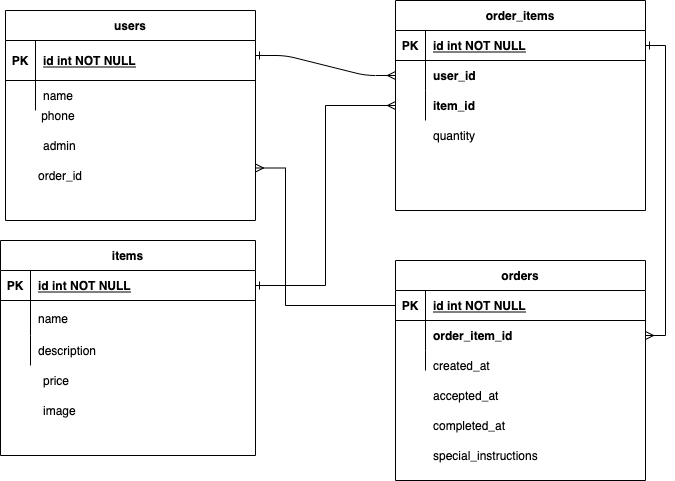
Earlier version of the draw.io export project/ERD_V.png (nikaffa/FeedMe). Source tidied: cells renumbered, new cells last; positions are measured from the earlier drawing's top-left corner, leaving out a move shared by most shapes.
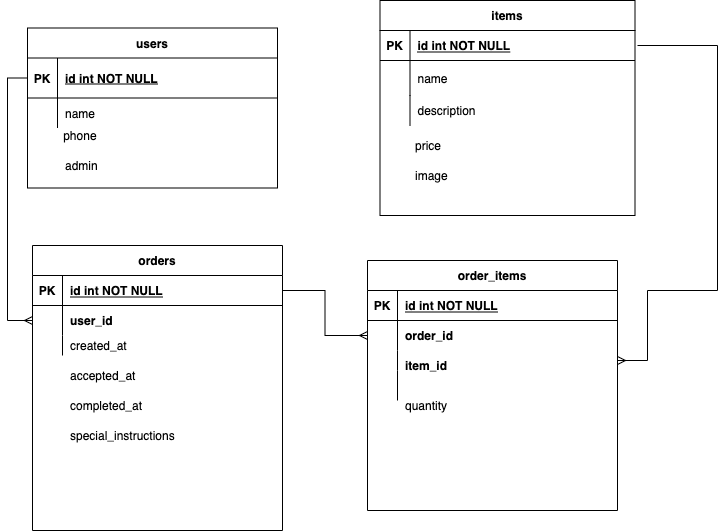
The same diagram one commit later.

Diff of the diagram source:
```diff
@@ -2,13 +2,8 @@
   <root>
     <mxCell id="0" />
     <mxCell id="1" parent="0" />
-    <mxCell id="2" style="edgeStyle=entityRelationEdgeStyle;endArrow=ERmany;startArrow=ERone;endFill=0;startFill=0;entryX=0;entryY=0.5;entryDx=0;entryDy=0;" parent="1" edge="1" target="37">
-      <mxGeometry relative="1" as="geometry">
-        <mxPoint x="255" y="55" as="sourcePoint" />
-      </mxGeometry>
-    </mxCell>
     <mxCell id="3" value="items" style="shape=table;startSize=30;rowLines=0;fontStyle=1;align=center;" parent="1" vertex="1">
-      <mxGeometry y="240" width="255" height="215" as="geometry" />
+      <mxGeometry x="357.5" y="-20" width="255" height="215" as="geometry" />
     </mxCell>
     <mxCell id="4" style="shape=partialRectangle;fillColor=none;points=[[0,0.5],[1,0.5]];portConstraint=eastwest;top=0;left=0;right=0;bottom=1;" parent="3" vertex="1">
       <mxGeometry y="30" width="255" height="30" as="geometry" />
@@ -41,7 +36,7 @@
       <mxGeometry relative="1" as="geometry" />
     </mxCell>
     <mxCell id="14" value="users" style="shape=table;startSize=30;rowLines=0;fontStyle=1;align=center;" parent="1" vertex="1">
-      <mxGeometry x="5" y="10" width="250" height="210" as="geometry" />
+      <mxGeometry x="5" y="7.5" width="250" height="160" as="geometry" />
     </mxCell>
     <mxCell id="15" style="shape=partialRectangle;fillColor=none;points=[[0,0.5],[1,0.5]];portConstraint=eastwest;top=0;left=0;right=0;bottom=1;" parent="14" vertex="1">
       <mxGeometry y="30" width="250" height="40" as="geometry" />
@@ -71,16 +66,16 @@
       <mxGeometry x="13.2" width="193.6" height="30" as="geometry" />
     </mxCell>
     <mxCell id="24" value="image" style="shape=partialRectangle;overflow=hidden;fillColor=none;top=0;left=0;bottom=0;right=0;align=left;spacingLeft=6;" parent="1" vertex="1">
-      <mxGeometry x="35" y="395" width="220" height="30" as="geometry" />
+      <mxGeometry x="385" y="140" width="220" height="30" as="geometry" />
     </mxCell>
     <mxCell id="25" value="special_instructions" style="shape=partialRectangle;overflow=hidden;fillColor=none;top=0;left=0;bottom=0;right=0;align=left;spacingLeft=6;" parent="1" vertex="1">
-      <mxGeometry x="425" y="440" width="220" height="30" as="geometry" />
+      <mxGeometry x="40" y="400" width="220" height="30" as="geometry" />
     </mxCell>
     <mxCell id="26" value="created_at" style="shape=partialRectangle;overflow=hidden;fillColor=none;top=0;left=0;bottom=0;right=0;align=left;spacingLeft=6;" parent="1" vertex="1">
-      <mxGeometry x="425" y="350" width="220" height="30" as="geometry" />
+      <mxGeometry x="40" y="310" width="220" height="30" as="geometry" />
     </mxCell>
     <mxCell id="27" value="completed_at" style="shape=partialRectangle;overflow=hidden;fillColor=none;top=0;left=0;bottom=0;right=0;align=left;spacingLeft=6;" parent="1" vertex="1">
-      <mxGeometry x="425" y="410" width="220" height="30" as="geometry" />
+      <mxGeometry x="40" y="370" width="220" height="30" as="geometry" />
     </mxCell>
     <mxCell id="28" style="shape=partialRectangle;fillColor=none;top=0;left=0;right=0;bottom=0;" parent="1" vertex="1">
       <mxGeometry x="25" y="130" width="220" height="30" as="geometry" />
@@ -89,55 +84,16 @@
       <mxGeometry width="26.4" height="30" as="geometry" />
     </mxCell>
     <mxCell id="30" value="accepted_at" style="shape=partialRectangle;overflow=hidden;fillColor=none;top=0;left=0;bottom=0;right=0;align=left;spacingLeft=6;" parent="1" vertex="1">
-      <mxGeometry x="425" y="380" width="220" height="30" as="geometry" />
+      <mxGeometry x="40" y="340" width="220" height="30" as="geometry" />
     </mxCell>
     <mxCell id="31" value="price" style="shape=partialRectangle;overflow=hidden;fillColor=none;top=0;left=0;bottom=0;right=0;align=left;spacingLeft=6;" parent="1" vertex="1">
-      <mxGeometry x="35" y="365" width="210" height="30" as="geometry" />
+      <mxGeometry x="385" y="110" width="210" height="30" as="geometry" />
     </mxCell>
     <mxCell id="32" value="admin" style="shape=partialRectangle;overflow=hidden;fillColor=none;top=0;left=0;bottom=0;right=0;align=left;spacingLeft=6;" parent="1" vertex="1">
       <mxGeometry x="35" y="130" width="220" height="30" as="geometry" />
     </mxCell>
-    <mxCell id="33" value="order_items" style="shape=table;startSize=30;rowLines=0;fontStyle=1;align=center;" parent="1" vertex="1">
-      <mxGeometry x="395" width="250" height="210" as="geometry" />
-    </mxCell>
-    <mxCell id="34" style="shape=partialRectangle;fillColor=none;points=[[0,0.5],[1,0.5]];portConstraint=eastwest;top=0;left=0;right=0;bottom=1;" parent="33" vertex="1">
-      <mxGeometry y="30" width="250" height="30" as="geometry" />
-    </mxCell>
-    <mxCell id="35" value="PK" style="shape=partialRectangle;overflow=hidden;fillColor=none;top=0;left=0;bottom=0;right=0;fontStyle=1;" parent="34" vertex="1">
-      <mxGeometry width="30" height="30" as="geometry" />
-    </mxCell>
-    <mxCell id="36" value="id int NOT NULL " style="shape=partialRectangle;overflow=hidden;fillColor=none;top=0;left=0;bottom=0;right=0;align=left;spacingLeft=6;fontStyle=5;" parent="34" vertex="1">
-      <mxGeometry x="30" width="220" height="30" as="geometry" />
-    </mxCell>
-    <mxCell id="37" style="shape=partialRectangle;fillColor=none;points=[[0,0.5],[1,0.5]];portConstraint=eastwest;top=0;left=0;right=0;bottom=0;" parent="33" vertex="1">
-      <mxGeometry y="60" width="250" height="30" as="geometry" />
-    </mxCell>
-    <mxCell id="38" style="shape=partialRectangle;overflow=hidden;fillColor=none;top=0;left=0;bottom=0;right=0;" parent="37" vertex="1">
-      <mxGeometry width="30" height="30" as="geometry" />
-    </mxCell>
-    <mxCell id="39" value="user_id" style="shape=partialRectangle;overflow=hidden;fillColor=none;top=0;left=0;bottom=0;right=0;align=left;spacingLeft=6;fontStyle=1;" parent="37" vertex="1">
-      <mxGeometry x="30" width="220" height="30" as="geometry" />
-    </mxCell>
-    <mxCell id="40" style="shape=partialRectangle;fillColor=none;points=[[0,0.5],[1,0.5]];portConstraint=eastwest;top=0;left=0;right=0;bottom=0;" parent="33" vertex="1">
-      <mxGeometry y="90" width="250" height="30" as="geometry" />
-    </mxCell>
-    <mxCell id="41" style="shape=partialRectangle;overflow=hidden;fillColor=none;top=0;left=0;bottom=0;right=0;" parent="40" vertex="1">
-      <mxGeometry width="30" height="30" as="geometry" />
-    </mxCell>
-    <mxCell id="42" value="item_id" style="shape=partialRectangle;overflow=hidden;fillColor=none;top=0;left=0;bottom=0;right=0;align=left;spacingLeft=6;fontStyle=1;" parent="40" vertex="1">
-      <mxGeometry x="30" width="220" height="30" as="geometry" />
-    </mxCell>
-    <mxCell id="43" style="edgeStyle=orthogonalEdgeStyle;rounded=0;orthogonalLoop=1;jettySize=auto;html=1;exitX=1;exitY=0.5;exitDx=0;exitDy=0;" parent="33" edge="1" source="34" target="34">
-      <mxGeometry relative="1" as="geometry" />
-    </mxCell>
-    <mxCell id="44" value="quantity" style="shape=partialRectangle;overflow=hidden;fillColor=none;top=0;left=0;bottom=0;right=0;align=left;spacingLeft=6;" parent="1" vertex="1">
-      <mxGeometry x="425" y="120" width="220" height="30" as="geometry" />
-    </mxCell>
-    <mxCell id="45" style="edgeStyle=orthogonalEdgeStyle;rounded=0;jettySize=auto;html=1;exitX=1;exitY=0.5;exitDx=0;exitDy=0;entryX=0;entryY=0.5;entryDx=0;entryDy=0;endArrow=ERmany;endFill=0;startArrow=ERone;startFill=0;" parent="1" edge="1" source="4" target="40">
-      <mxGeometry relative="1" as="geometry" />
-    </mxCell>
-    <mxCell id="46" value="orders" style="shape=table;startSize=30;rowLines=0;fontStyle=1;align=center;" parent="1" vertex="1">
-      <mxGeometry x="395" y="260" width="250" height="220" as="geometry" />
+    <mxCell id="46" value="order_items" style="shape=table;startSize=30;rowLines=0;fontStyle=1;align=center;" parent="1" vertex="1">
+      <mxGeometry x="345" y="240" width="250" height="250" as="geometry" />
     </mxCell>
     <mxCell id="47" style="shape=partialRectangle;fillColor=none;points=[[0,0.5],[1,0.5]];portConstraint=eastwest;top=0;left=0;right=0;bottom=1;" parent="46" vertex="1">
       <mxGeometry y="30" width="250" height="30" as="geometry" />
@@ -154,7 +110,7 @@
     <mxCell id="51" style="shape=partialRectangle;overflow=hidden;fillColor=none;top=0;left=0;bottom=0;right=0;" parent="50" vertex="1">
       <mxGeometry width="30" height="30" as="geometry" />
     </mxCell>
-    <mxCell id="52" value="order_item_id" style="shape=partialRectangle;overflow=hidden;fillColor=none;top=0;left=0;bottom=0;right=0;align=left;spacingLeft=6;fontStyle=1;" parent="50" vertex="1">
+    <mxCell id="52" value="order_id" style="shape=partialRectangle;overflow=hidden;fillColor=none;top=0;left=0;bottom=0;right=0;align=left;spacingLeft=6;fontStyle=1;" parent="50" vertex="1">
       <mxGeometry x="30" width="220" height="30" as="geometry" />
     </mxCell>
     <mxCell id="53" style="shape=partialRectangle;fillColor=none;top=0;left=0;right=0;bottom=0;" parent="46" vertex="1">
@@ -169,24 +125,71 @@
     <mxCell id="56" style="edgeStyle=orthogonalEdgeStyle;rounded=0;orthogonalLoop=1;jettySize=auto;html=1;exitX=1;exitY=0.5;exitDx=0;exitDy=0;" parent="46" edge="1" source="47" target="47">
       <mxGeometry relative="1" as="geometry" />
     </mxCell>
-    <mxCell id="57" style="edgeStyle=orthogonalEdgeStyle;rounded=0;jettySize=auto;html=1;startArrow=ERmany;startFill=0;endArrow=ERone;endFill=0;entryX=1;entryY=0.5;entryDx=0;entryDy=0;" parent="1" edge="1" source="50" target="34">
-      <mxGeometry relative="1" as="geometry">
-        <Array as="points">
-          <mxPoint x="665" y="335" />
-          <mxPoint x="665" y="45" />
-        </Array>
-      </mxGeometry>
-    </mxCell>
-    <mxCell id="58" value="order_id" style="shape=partialRectangle;overflow=hidden;fillColor=none;top=0;left=0;bottom=0;right=0;align=left;spacingLeft=6;" parent="1" vertex="1">
-      <mxGeometry x="30" y="160" width="220" height="30" as="geometry" />
-    </mxCell>
-    <mxCell id="59" style="edgeStyle=orthogonalEdgeStyle;rounded=0;jettySize=auto;html=1;exitX=0;exitY=0.5;exitDx=0;exitDy=0;entryX=1;entryY=0.75;entryDx=0;entryDy=0;startArrow=none;startFill=0;endArrow=ERmany;endFill=0;" parent="1" edge="1" source="47" target="14">
-      <mxGeometry relative="1" as="geometry">
-        <Array as="points">
-          <mxPoint x="285" y="305" />
-          <mxPoint x="285" y="168" />
-        </Array>
-      </mxGeometry>
-    </mxCell>
+    <mxCell id="37" style="shape=partialRectangle;fillColor=none;points=[[0,0.5],[1,0.5]];portConstraint=eastwest;top=0;left=0;right=0;bottom=0;" parent="46" vertex="1">
+      <mxGeometry y="110" width="250" height="30" as="geometry" />
+    </mxCell>
+    <mxCell id="38" style="shape=partialRectangle;overflow=hidden;fillColor=none;top=0;left=0;bottom=0;right=0;" parent="37" vertex="1">
+      <mxGeometry width="30" height="30" as="geometry" />
+    </mxCell>
+    <mxCell id="39" style="shape=partialRectangle;overflow=hidden;fillColor=none;top=0;left=0;bottom=0;right=0;align=left;spacingLeft=6;fontStyle=1;" parent="37" vertex="1">
+      <mxGeometry x="30" width="220" height="30" as="geometry" />
+    </mxCell>
+    <mxCell id="60" value="orders" style="shape=table;startSize=30;rowLines=0;fontStyle=1;align=center;" parent="1" vertex="1">
+      <mxGeometry x="10" y="225" width="250" height="285" as="geometry" />
+    </mxCell>
+    <mxCell id="34" style="shape=partialRectangle;fillColor=none;points=[[0,0.5],[1,0.5]];portConstraint=eastwest;top=0;left=0;right=0;bottom=1;" parent="60" vertex="1">
+      <mxGeometry y="30" width="250" height="30" as="geometry" />
+    </mxCell>
+    <mxCell id="35" value="PK" style="shape=partialRectangle;overflow=hidden;fillColor=none;top=0;left=0;bottom=0;right=0;fontStyle=1;" parent="34" vertex="1">
+      <mxGeometry width="30" height="30" as="geometry" />
+    </mxCell>
+    <mxCell id="36" value="id int NOT NULL " style="shape=partialRectangle;overflow=hidden;fillColor=none;top=0;left=0;bottom=0;right=0;align=left;spacingLeft=6;fontStyle=5;" parent="34" vertex="1">
+      <mxGeometry x="30" width="220" height="30" as="geometry" />
+    </mxCell>
+    <mxCell id="61" style="shape=partialRectangle;fillColor=none;points=[[0,0.5],[1,0.5]];portConstraint=eastwest;top=0;left=0;right=0;bottom=0;" parent="60" vertex="1">
+      <mxGeometry y="60" width="250" height="30" as="geometry" />
+    </mxCell>
+    <mxCell id="41" style="shape=partialRectangle;overflow=hidden;fillColor=none;top=0;left=0;bottom=0;right=0;" parent="61" vertex="1">
+      <mxGeometry width="30" height="30" as="geometry" />
+    </mxCell>
+    <mxCell id="62" value="user_id" style="shape=partialRectangle;overflow=hidden;fillColor=none;top=0;left=0;bottom=0;right=0;align=left;spacingLeft=6;fontStyle=1;" parent="61" vertex="1">
+      <mxGeometry x="30" width="220" height="30" as="geometry" />
+    </mxCell>
+    <mxCell id="63" style="shape=partialRectangle;fillColor=none;top=0;left=0;right=0;bottom=0;" parent="60" vertex="1">
+      <mxGeometry y="90" width="250" height="20" as="geometry" />
+    </mxCell>
+    <mxCell id="64" style="shape=partialRectangle;overflow=hidden;fillColor=none;top=0;left=0;bottom=0;right=0;" parent="63" vertex="1">
+      <mxGeometry width="30" height="20" as="geometry" />
+    </mxCell>
+    <mxCell id="65" style="shape=partialRectangle;overflow=hidden;fillColor=none;top=0;left=0;bottom=0;right=0;align=left;spacingLeft=6;fontStyle=1;" parent="63" vertex="1">
+      <mxGeometry x="30" width="220" height="20" as="geometry" />
+    </mxCell>
+    <mxCell id="43" style="edgeStyle=orthogonalEdgeStyle;rounded=0;orthogonalLoop=1;jettySize=auto;html=1;exitX=1;exitY=0.5;exitDx=0;exitDy=0;" parent="60" edge="1" source="34" target="34">
+      <mxGeometry relative="1" as="geometry" />
+    </mxCell>
+    <mxCell id="42" value="item_id" style="shape=partialRectangle;overflow=hidden;fillColor=none;top=0;left=0;bottom=0;right=0;align=left;spacingLeft=6;fontStyle=1;" parent="1" vertex="1">
+      <mxGeometry x="375" y="330" width="220" height="30" as="geometry" />
+    </mxCell>
+    <mxCell id="44" value="quantity" style="shape=partialRectangle;overflow=hidden;fillColor=none;top=0;left=0;bottom=0;right=0;align=left;spacingLeft=6;fontStyle=0;" parent="1" vertex="1">
+      <mxGeometry x="375" y="370" width="220" height="30" as="geometry" />
+    </mxCell>
+    <mxCell id="66" style="edgeStyle=orthogonalEdgeStyle;rounded=0;orthogonalLoop=1;jettySize=auto;html=1;startArrow=none;startFill=0;endArrow=ERmany;endFill=0;" parent="1" edge="1">
+      <mxGeometry relative="1" as="geometry">
+        <mxPoint x="615" y="25" as="sourcePoint" />
+        <mxPoint x="595" y="340" as="targetPoint" />
+        <Array as="points">
+          <mxPoint x="695" y="25" />
+          <mxPoint x="695" y="270" />
+          <mxPoint x="625" y="270" />
+          <mxPoint x="625" y="340" />
+        </Array>
+      </mxGeometry>
+    </mxCell>
+    <mxCell id="67" style="edgeStyle=orthogonalEdgeStyle;rounded=0;jettySize=auto;html=1;exitX=0;exitY=0.5;exitDx=0;exitDy=0;entryX=0;entryY=0.5;entryDx=0;entryDy=0;startArrow=none;startFill=0;endArrow=ERmany;endFill=0;" parent="1" edge="1" source="15" target="61">
+      <mxGeometry relative="1" as="geometry" />
+    </mxCell>
+    <mxCell id="68" style="edgeStyle=orthogonalEdgeStyle;rounded=0;jettySize=auto;html=1;exitX=1;exitY=0.5;exitDx=0;exitDy=0;entryX=0;entryY=0.5;entryDx=0;entryDy=0;startArrow=none;startFill=0;endArrow=ERmany;endFill=0;" parent="1" edge="1" source="34" target="50">
+      <mxGeometry relative="1" as="geometry" />
+    </mxCell>
   </root>
 </mxGraphModel>
```
